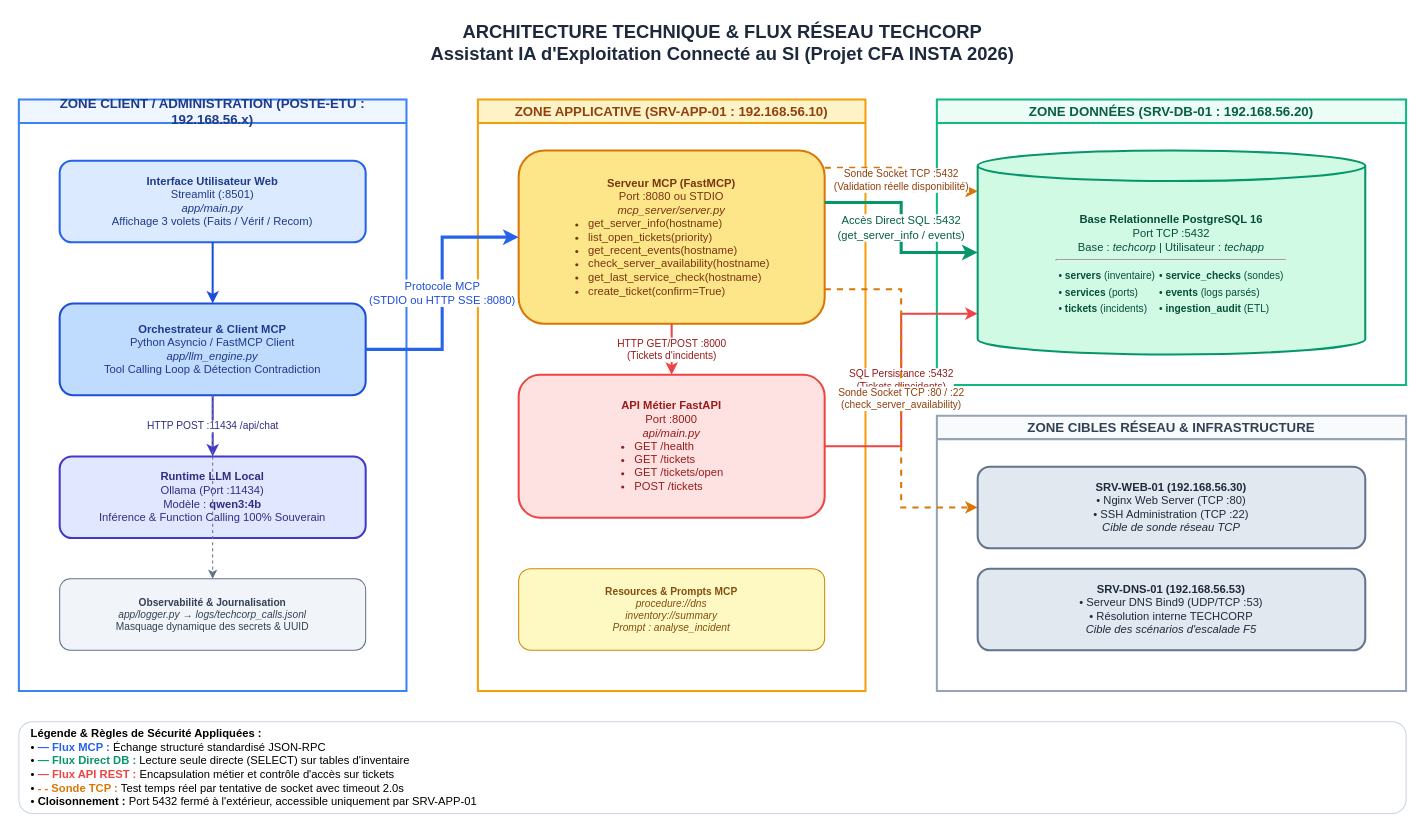
spirit0621/Master-1-SI keeps this draw.io diagram as page "1. Architecture & Flux Réseau" (1 of 5) of docs/DOC SCHema drawio/TECHCORP_TOUS_LES_SCHEMAS.drawio. Above is the earlier version. Source tidied: cells renumbered, new cells numbered last; positions are measured from the earlier drawing's top-left corner, leaving out a move shared by most shapes. Both pictures are drawn from the tidied source at 102%, with x=0, y=0 at pixel (18, 17).
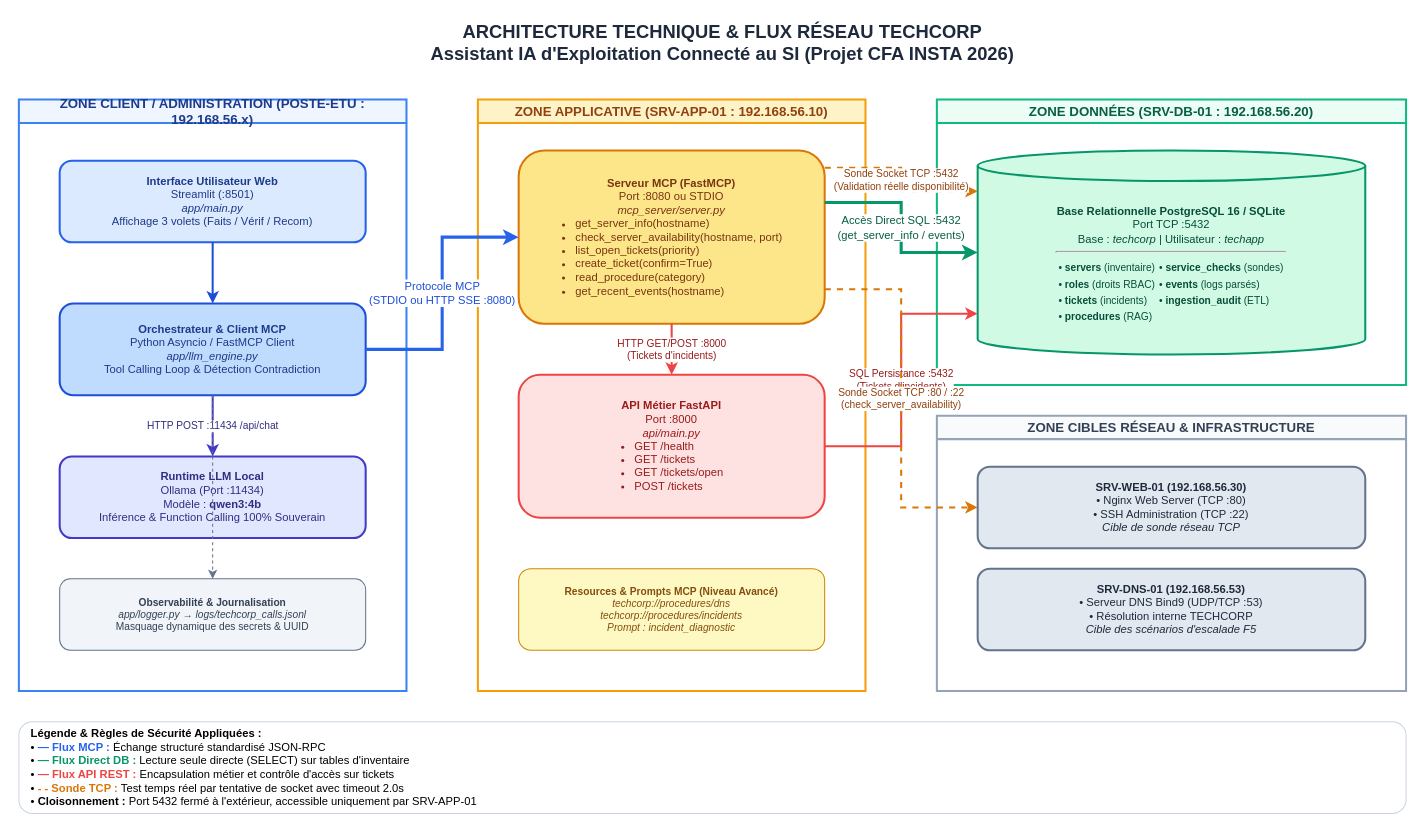
Above is the later version.

Commit message (it also covers changes not shown here):
Mise à jour des schémas Draw.io : conformité FastMCP et architecture

The change refers to these unchanged cells:
```xml
<mxCell id="11" value="ZONE APPLICATIVE (SRV-APP-01 : 192.168.56.10)" style="swimlane;whiteSpace=wrap;html=1;fillColor=#FEF3C7;strokeColor=#F59E0B;strokeWidth=2;fontStyle=1;fontSize=13;fontColor=#92400E;" parent="1" vertex="1">
  <mxGeometry x="450" y="80" width="380" height="580" as="geometry" />
</mxCell>
<mxCell id="16" value="ZONE DONNÉES (SRV-DB-01 : 192.168.56.20)" style="swimlane;whiteSpace=wrap;html=1;fillColor=#ECFDF5;strokeColor=#10B981;strokeWidth=2;fontStyle=1;fontSize=13;fontColor=#065F46;" parent="1" vertex="1">
  <mxGeometry x="900" y="80" width="460" height="280" as="geometry" />
</mxCell>
```

The edit, as a diff of the source:
```diff
@@
-    <mxCell id="12" value="&lt;b&gt;Serveur MCP (FastMCP)&lt;/b&gt;&lt;br&gt;Port :8080 ou STDIO&lt;br&gt;&lt;i&gt;mcp_server/server.py&lt;/i&gt;&lt;br&gt;&lt;ul style=&quot;margin:0;padding-left:15px;text-align:left;&quot;&gt;&lt;li&gt;get_server_info(hostname)&lt;/li&gt;&lt;li&gt;list_open_tickets(priority)&lt;/li&gt;&lt;li&gt;get_recent_events(hostname)&lt;/li&gt;&lt;li&gt;check_server_availability(hostname)&lt;/li&gt;&lt;li&gt;get_last_service_check(hostname)&lt;/li&gt;&lt;li&gt;create_ticket(confirm=True)&lt;/li&gt;&lt;/ul&gt;" style="rounded=1;whiteSpace=wrap;html=1;fillColor=#FDE68A;strokeColor=#D97706;strokeWidth=2;fontSize=11;fontColor=#78350F;" parent="11" vertex="1">
+    <mxCell id="12" value="&lt;b&gt;Serveur MCP (FastMCP)&lt;/b&gt;&lt;br&gt;Port :8080 ou STDIO&lt;br&gt;&lt;i&gt;mcp_server/server.py&lt;/i&gt;&lt;br&gt;&lt;ul style=&quot;margin:0;padding-left:15px;text-align:left;&quot;&gt;&lt;li&gt;get_server_info(hostname)&lt;/li&gt;&lt;li&gt;check_server_availability(hostname, port)&lt;/li&gt;&lt;li&gt;list_open_tickets(priority)&lt;/li&gt;&lt;li&gt;create_ticket(confirm=True)&lt;/li&gt;&lt;li&gt;read_procedure(category)&lt;/li&gt;&lt;li&gt;get_recent_events(hostname)&lt;/li&gt;&lt;/ul&gt;" style="rounded=1;whiteSpace=wrap;html=1;fillColor=#FDE68A;strokeColor=#D97706;strokeWidth=2;fontSize=11;fontColor=#78350F;" parent="11" vertex="1">
       <mxGeometry x="40" y="50" width="300" height="170" as="geometry" />
     </mxCell>
@@
-    <mxCell id="15" value="&lt;b&gt;Resources &amp;amp; Prompts MCP&lt;/b&gt;&lt;br&gt;&lt;i&gt;procedure://dns&lt;/i&gt;&lt;br&gt;&lt;i&gt;inventory://summary&lt;/i&gt;&lt;br&gt;&lt;i&gt;Prompt : analyse_incident&lt;/i&gt;" style="rounded=1;whiteSpace=wrap;html=1;fillColor=#FEF9C3;strokeColor=#CA8A04;strokeWidth=1;fontSize=10;fontColor=#854D0E;" parent="11" vertex="1">
+    <mxCell id="15" value="&lt;b&gt;Resources &amp;amp; Prompts MCP (Niveau Avancé)&lt;/b&gt;&lt;br&gt;&lt;i&gt;techcorp://procedures/dns&lt;/i&gt;&lt;br&gt;&lt;i&gt;techcorp://procedures/incidents&lt;/i&gt;&lt;br&gt;&lt;i&gt;Prompt : incident_diagnostic&lt;/i&gt;" style="rounded=1;whiteSpace=wrap;html=1;fillColor=#FEF9C3;strokeColor=#CA8A04;strokeWidth=1;fontSize=10;fontColor=#854D0E;" parent="11" vertex="1">
       <mxGeometry x="40" y="460" width="300" height="80" as="geometry" />
     </mxCell>
@@
-    <mxCell id="17" value="&lt;b&gt;Base Relationnelle PostgreSQL 16&lt;/b&gt;&lt;br&gt;Port TCP :5432&lt;br&gt;Base : &lt;i&gt;techcorp&lt;/i&gt; | Utilisateur : &lt;i&gt;techapp&lt;/i&gt;&lt;br&gt;&lt;hr&gt;&lt;table style=&quot;font-size:10px;text-align:left;width:100%;&quot;&gt;&lt;tr&gt;&lt;td&gt;&amp;bull; &lt;b&gt;servers&lt;/b&gt; (inventaire)&lt;/td&gt;&lt;td&gt;&amp;bull; &lt;b&gt;service_checks&lt;/b&gt; (sondes)&lt;/td&gt;&lt;/tr&gt;&lt;tr&gt;&lt;td&gt;&amp;bull; &lt;b&gt;services&lt;/b&gt; (ports)&lt;/td&gt;&lt;td&gt;&amp;bull; &lt;b&gt;events&lt;/b&gt; (logs parsés)&lt;/td&gt;&lt;/tr&gt;&lt;tr&gt;&lt;td&gt;&amp;bull; &lt;b&gt;tickets&lt;/b&gt; (incidents)&lt;/td&gt;&lt;td&gt;&amp;bull; &lt;b&gt;ingestion_audit&lt;/b&gt; (ETL)&lt;/td&gt;&lt;/tr&gt;&lt;/table&gt;" style="shape=cylinder3;whiteSpace=wrap;html=1;boundedLbl=1;backgroundOutline=1;size=15;fillColor=#D1FAE5;strokeColor=#059669;strokeWidth=2;fontSize=11;fontColor=#064E3B;" parent="16" vertex="1">
+    <mxCell id="17" value="&lt;b&gt;Base Relationnelle PostgreSQL 16 / SQLite&lt;/b&gt;&lt;br&gt;Port TCP :5432&lt;br&gt;Base : &lt;i&gt;techcorp&lt;/i&gt; | Utilisateur : &lt;i&gt;techapp&lt;/i&gt;&lt;br&gt;&lt;hr&gt;&lt;table style=&quot;font-size:10px;text-align:left;width:100%;&quot;&gt;&lt;tr&gt;&lt;td&gt;&amp;bull; &lt;b&gt;servers&lt;/b&gt; (inventaire)&lt;/td&gt;&lt;td&gt;&amp;bull; &lt;b&gt;service_checks&lt;/b&gt; (sondes)&lt;/td&gt;&lt;/tr&gt;&lt;tr&gt;&lt;td&gt;&amp;bull; &lt;b&gt;roles&lt;/b&gt; (droits RBAC)&lt;/td&gt;&lt;td&gt;&amp;bull; &lt;b&gt;events&lt;/b&gt; (logs parsés)&lt;/td&gt;&lt;/tr&gt;&lt;tr&gt;&lt;td&gt;&amp;bull; &lt;b&gt;tickets&lt;/b&gt; (incidents)&lt;/td&gt;&lt;td&gt;&amp;bull; &lt;b&gt;ingestion_audit&lt;/b&gt; (ETL)&lt;/td&gt;&lt;/tr&gt;&lt;tr&gt;&lt;td&gt;&amp;bull; &lt;b&gt;procedures&lt;/b&gt; (RAG)&lt;/td&gt;&lt;td&gt;&lt;/td&gt;&lt;/tr&gt;&lt;/table&gt;" style="shape=cylinder3;whiteSpace=wrap;html=1;boundedLbl=1;backgroundOutline=1;size=15;fillColor=#D1FAE5;strokeColor=#059669;strokeWidth=2;fontSize=11;fontColor=#064E3B;" parent="16" vertex="1">
       <mxGeometry x="40" y="50" width="380" height="200" as="geometry" />
     </mxCell>
```
